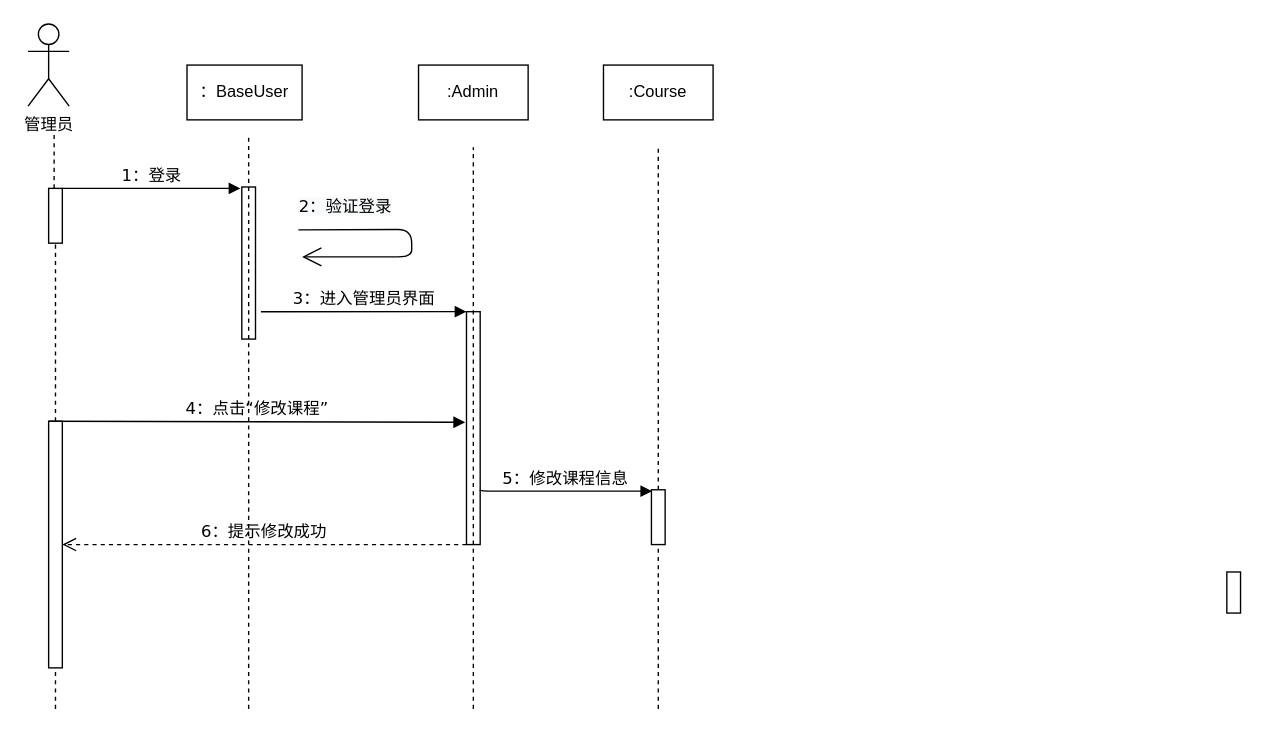
Earlier version of the draw.io diagram 软件工程课程设计顺序图.drawio (Freda-afk/hello-world). Source tidied: cells renumbered, new cells numbered last; positions are measured from the earlier drawing's top-left corner, leaving out a move shared by most shapes. Both pictures are drawn from the tidied source at 137%, with x=0, y=0 at pixel (27, 23).
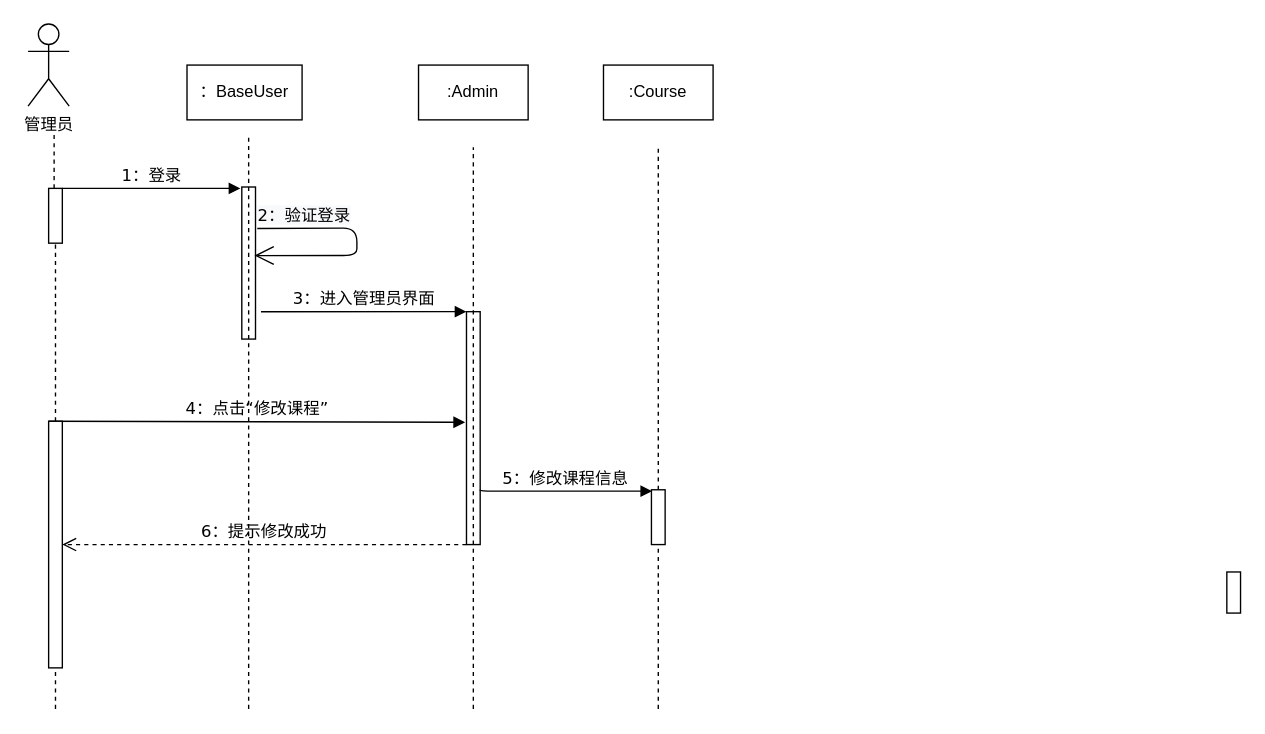
After the change.

Commit message (it also covers changes not shown here):
Update 软件工程课程设计顺序图.drawio

The change refers to these unchanged cells:
```xml
<mxCell id="10" style="html=1;points=[];perimeter=orthogonalPerimeter;rounded=0;shadow=0;comic=0;labelBackgroundColor=none;strokeWidth=1;fontFamily=Verdana;fontSize=12;align=center;" parent="1" vertex="1">
  <mxGeometry x="156" y="119" width="10" height="111" as="geometry" />
</mxCell>
```

Change to the diagram source:
```diff
@@
-    <mxCell id="14" style="endArrow=open;endFill=1;endSize=12;html=1;exitX=1.133;exitY=0.184;exitDx=0;exitDy=0;exitPerimeter=0;entryX=1.4;entryY=0.3;entryDx=0;entryDy=0;entryPerimeter=0;" parent="1" edge="1">
+    <mxCell id="14" style="endArrow=open;endFill=1;endSize=12;html=1;exitX=1.133;exitY=0.184;exitDx=0;exitDy=0;exitPerimeter=0;entryX=0.922;entryY=0.451;entryDx=0;entryDy=0;entryPerimeter=0;" parent="1" edge="1" target="10">
       <mxGeometry relative="1" as="geometry">
-        <mxPoint x="197.3" y="150.3" as="sourcePoint" />
-        <mxPoint x="200" y="170" as="targetPoint" />
+        <mxPoint x="167.3" y="149.3" as="sourcePoint" />
         <Array as="points">
-          <mxPoint x="280" y="150" />
-          <mxPoint x="280" y="170" />
+          <mxPoint x="240" y="149" />
+          <mxPoint x="240" y="169" />
         </Array>
       </mxGeometry>
     </mxCell>
     <mxCell id="15" value="&lt;span style=&quot;color: rgb(0 , 0 , 0) ; font-family: &amp;#34;verdana&amp;#34; ; font-size: 12px ; font-style: normal ; font-weight: 400 ; letter-spacing: normal ; text-align: center ; text-indent: 0px ; text-transform: none ; word-spacing: 0px ; background-color: rgb(248 , 249 , 250) ; display: inline ; float: none&quot;&gt;2：验证登录&lt;/span&gt;" style="text;whiteSpace=wrap;html=1;" parent="1" vertex="1">
-      <mxGeometry x="196" y="120" width="80" height="30" as="geometry" />
+      <mxGeometry x="166" y="126" width="74" height="21" as="geometry" />
     </mxCell>
```
